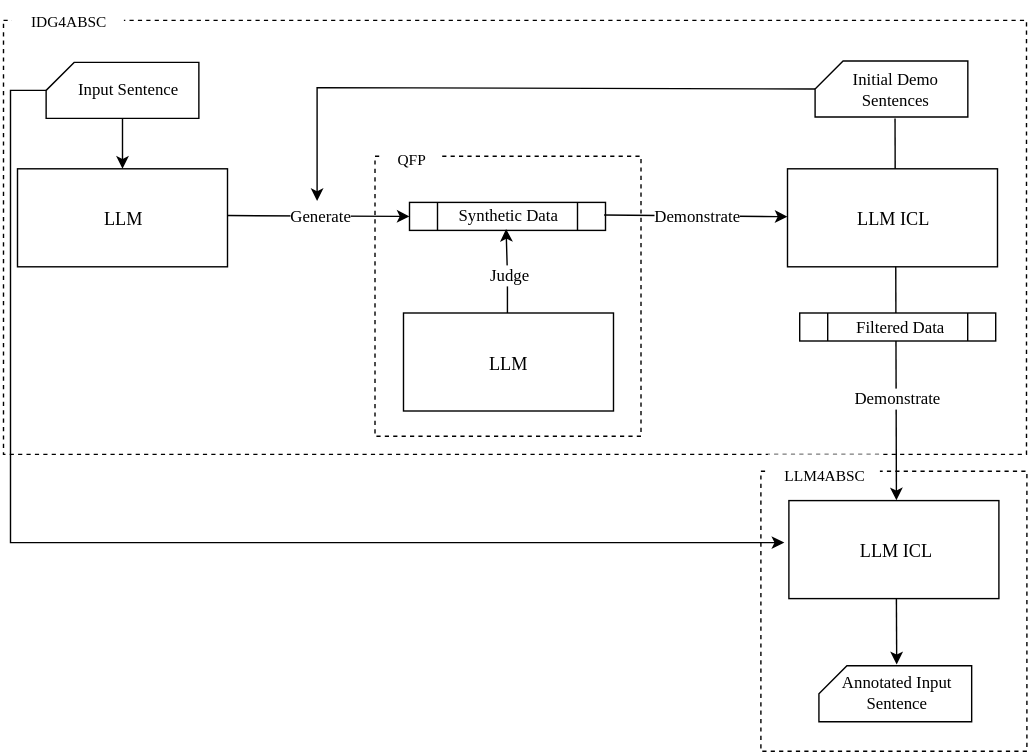
This is thesis_flow.drawio.svg from sara-kaczmarek/LLMB4ABSC, a draw.io export, as it was before one commit. Source tidied: cells renumbered, new cells last; positions are measured from the earlier drawing's top-left corner, leaving out a move shared by most shapes.
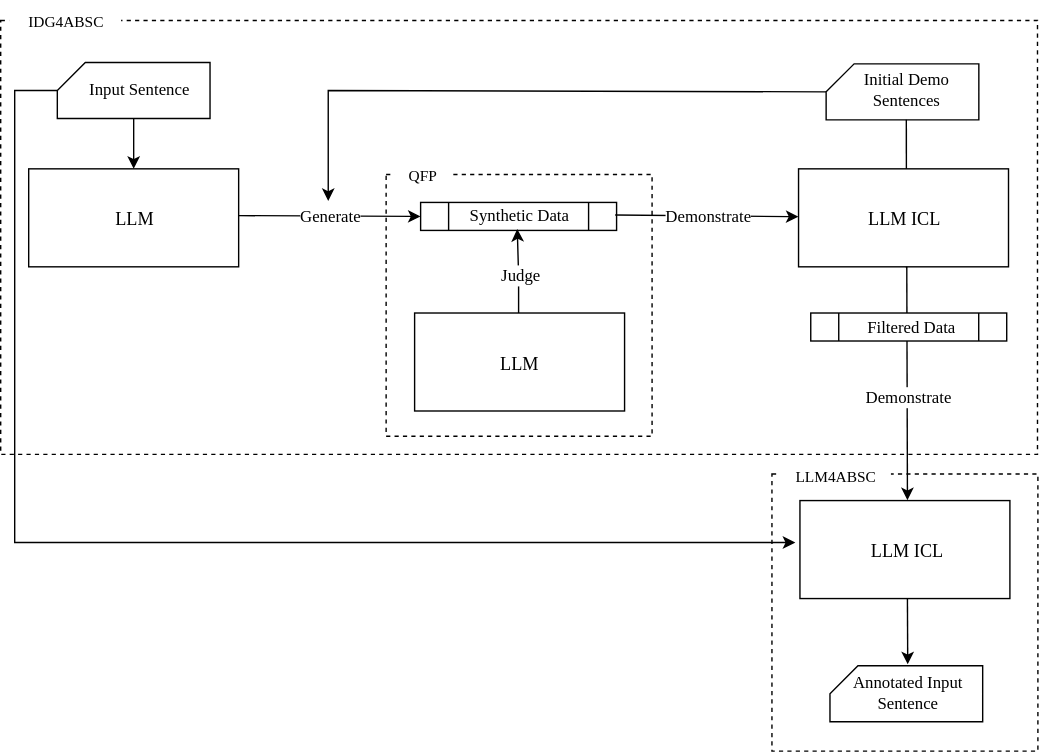
The same file after the commit.

The edit, as a diff of the source:
```diff
@@ -3,13 +3,13 @@
     <mxCell id="0" />
     <mxCell id="1" parent="0" />
     <mxCell id="2" style="verticalLabelPosition=bottom;verticalAlign=top;html=1;shape=mxgraph.basic.rect;fillColor2=none;strokeWidth=1;size=20;indent=5;fillColor=none;dashed=1;" parent="1" vertex="1">
-      <mxGeometry y="14" width="730.7" height="310" as="geometry" />
+      <mxGeometry x="-10" y="14" width="740.7" height="310" as="geometry" />
     </mxCell>
     <mxCell id="3" style="endArrow=classic;html=1;rounded=0;exitX=0;exitY=0;exitDx=0;exitDy=20;exitPerimeter=0;" parent="1" edge="1" source="11">
       <mxGeometry relative="1" as="geometry">
         <mxPoint x="224" y="143" as="targetPoint" />
         <Array as="points">
-          <mxPoint x="224" y="62" />
+          <mxPoint x="224" y="64" />
         </Array>
       </mxGeometry>
     </mxCell>
@@ -39,14 +39,15 @@
       <mxGeometry x="574.8" y="35" width="125.5" height="48" as="geometry" />
     </mxCell>
     <mxCell id="11" style="verticalLabelPosition=bottom;verticalAlign=top;html=1;shape=card;whiteSpace=wrap;size=20;arcSize=12;" parent="10" vertex="1">
-      <mxGeometry x="4.9" y="8" width="109.1" height="40" as="geometry" />
+      <mxGeometry x="4.9" y="10" width="109.1" height="40" as="geometry" />
     </mxCell>
     <mxCell id="12" value="&lt;font face=&quot;Times New Roman&quot;&gt;Initial&amp;nbsp;&lt;/font&gt;&lt;span style=&quot;font-family: &amp;quot;Times New Roman&amp;quot;; background-color: transparent; color: light-dark(rgb(0, 0, 0), rgb(255, 255, 255));&quot;&gt;Demo Sentences&lt;/span&gt;" style="text;strokeColor=none;align=center;fillColor=none;html=1;verticalAlign=middle;whiteSpace=wrap;rounded=0;" parent="10" vertex="1">
       <mxGeometry x="10" y="13" width="104" height="30" as="geometry" />
     </mxCell>
-    <mxCell id="13" style="endArrow=none;html=1;rounded=0;exitX=0.514;exitY=0.996;exitDx=0;exitDy=0;exitPerimeter=0;endFill=0;" parent="10" edge="1" source="18">
+    <mxCell id="13" style="endArrow=none;html=1;rounded=0;exitX=0.514;exitY=0.996;exitDx=0;exitDy=0;exitPerimeter=0;endFill=0;" parent="10" edge="1">
       <mxGeometry relative="1" as="geometry">
-        <mxPoint x="62" y="49" as="targetPoint" />
+        <mxPoint x="62.3" y="155.7" as="sourcePoint" />
+        <mxPoint x="62.2" y="50" as="targetPoint" />
       </mxGeometry>
     </mxCell>
     <mxCell id="14" style="group;" parent="1" vertex="1">
@@ -92,10 +93,10 @@
       <mxGeometry x="285.7" y="229" width="148.6" height="60" as="geometry" />
     </mxCell>
     <mxCell id="28" style="group;" parent="1" vertex="1">
-      <mxGeometry x="563" y="346" width="169" height="188" as="geometry" />
+      <mxGeometry x="563" y="346" width="169" height="190" as="geometry" />
     </mxCell>
     <mxCell id="29" style="verticalLabelPosition=bottom;verticalAlign=top;html=1;shape=mxgraph.basic.rect;fillColor2=none;strokeWidth=1;size=20;indent=5;fillColor=none;dashed=1;" parent="28" vertex="1">
-      <mxGeometry x="-22" y="-10" width="190" height="200" as="geometry" />
+      <mxGeometry x="-22" y="-8" width="190" height="198" as="geometry" />
     </mxCell>
     <mxCell id="30" style="rounded=0;whiteSpace=wrap;html=1;" parent="28" vertex="1">
       <mxGeometry x="-2" y="11" width="150" height="70" as="geometry" />
@@ -104,7 +105,7 @@
       <mxGeometry x="-0.3" y="16" width="148.6" height="60" as="geometry" />
     </mxCell>
     <mxCell id="32" value="&lt;font style=&quot;background-color: light-dark(#ffffff, var(--ge-dark-color, #121212)); font-size: 11px;&quot; face=&quot;Times New Roman&quot;&gt;LLM4ABSC&lt;/font&gt;" style="text;html=1;align=center;verticalAlign=middle;strokeColor=none;fillColor=default;" parent="28" vertex="1">
-      <mxGeometry x="-17" y="-22" width="80" height="30" as="geometry" />
+      <mxGeometry x="-17" y="-21" width="80" height="30" as="geometry" />
     </mxCell>
     <mxCell id="33" style="endArrow=classic;html=1;rounded=0;" parent="28" edge="1">
       <mxGeometry relative="1" as="geometry">
@@ -135,19 +136,19 @@
       <mxGeometry relative="1" as="geometry">
         <mxPoint x="557.7" y="387" as="targetPoint" />
         <Array as="points">
-          <mxPoint x="5" y="64" />
-          <mxPoint x="5" y="387" />
+          <mxPoint y="64" />
+          <mxPoint y="387" />
         </Array>
       </mxGeometry>
     </mxCell>
     <mxCell id="40" value="&lt;font style=&quot;background-color: light-dark(#ffffff, var(--ge-dark-color, #121212)); font-size: 11px;&quot; face=&quot;Times New Roman&quot;&gt;IDG4ABSC&lt;/font&gt;" style="text;html=1;align=center;verticalAlign=middle;strokeColor=none;fillColor=default;" parent="1" vertex="1">
-      <mxGeometry x="6" width="80" height="30" as="geometry" />
+      <mxGeometry x="-4" width="80" height="30" as="geometry" />
     </mxCell>
     <mxCell id="41" style="verticalLabelPosition=bottom;verticalAlign=top;html=1;shape=mxgraph.basic.rect;fillColor2=none;strokeWidth=1;size=20;indent=5;fillColor=none;dashed=1;" parent="1" vertex="1">
-      <mxGeometry x="265.4" y="111" width="190" height="200" as="geometry" />
+      <mxGeometry x="265.4" y="124" width="190" height="187" as="geometry" />
     </mxCell>
     <mxCell id="42" value="&lt;font style=&quot;background-color: light-dark(#ffffff, var(--ge-dark-color, #121212)); font-size: 11px;&quot; face=&quot;Times New Roman&quot;&gt;QFP&lt;/font&gt;" style="text;html=1;align=center;verticalAlign=middle;strokeColor=none;fillColor=default;" parent="1" vertex="1">
-      <mxGeometry x="271" y="98" width="40" height="30" as="geometry" />
+      <mxGeometry x="271" y="110" width="40" height="30" as="geometry" />
     </mxCell>
     <mxCell id="43" style="verticalLabelPosition=bottom;verticalAlign=top;html=1;shape=process;whiteSpace=wrap;rounded=1;size=0.14285714285714285;arcSize=0;" parent="1" vertex="1">
       <mxGeometry x="568.7" y="223" width="140" height="20" as="geometry" />
```
